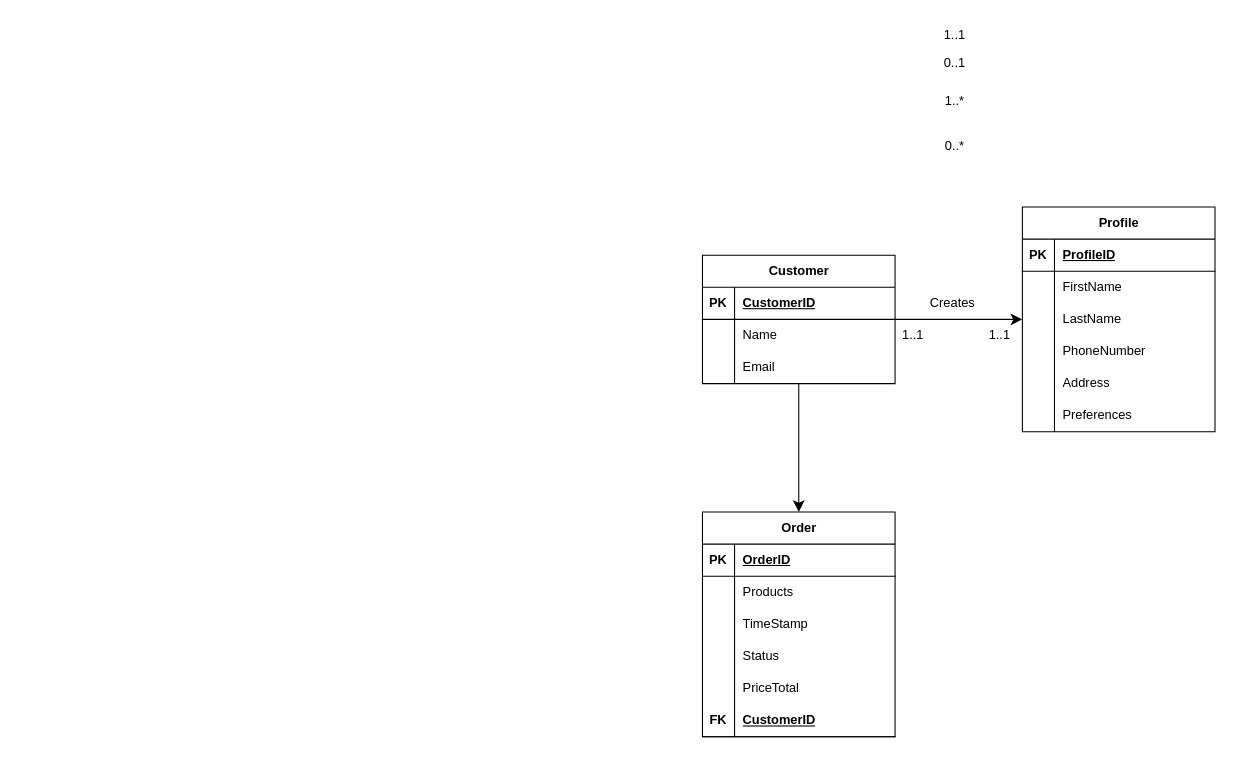
This is ABCRetail_ERD.drawio from ST10326104/ERDs, a draw.io file, before an edit. Source tidied: cells renumbered, new cells numbered last; positions are measured from the earlier drawing's top-left corner, leaving out a move shared by most shapes. Both pictures are drawn from the tidied source at 107%, with x=0, y=0 at pixel (702, 18).
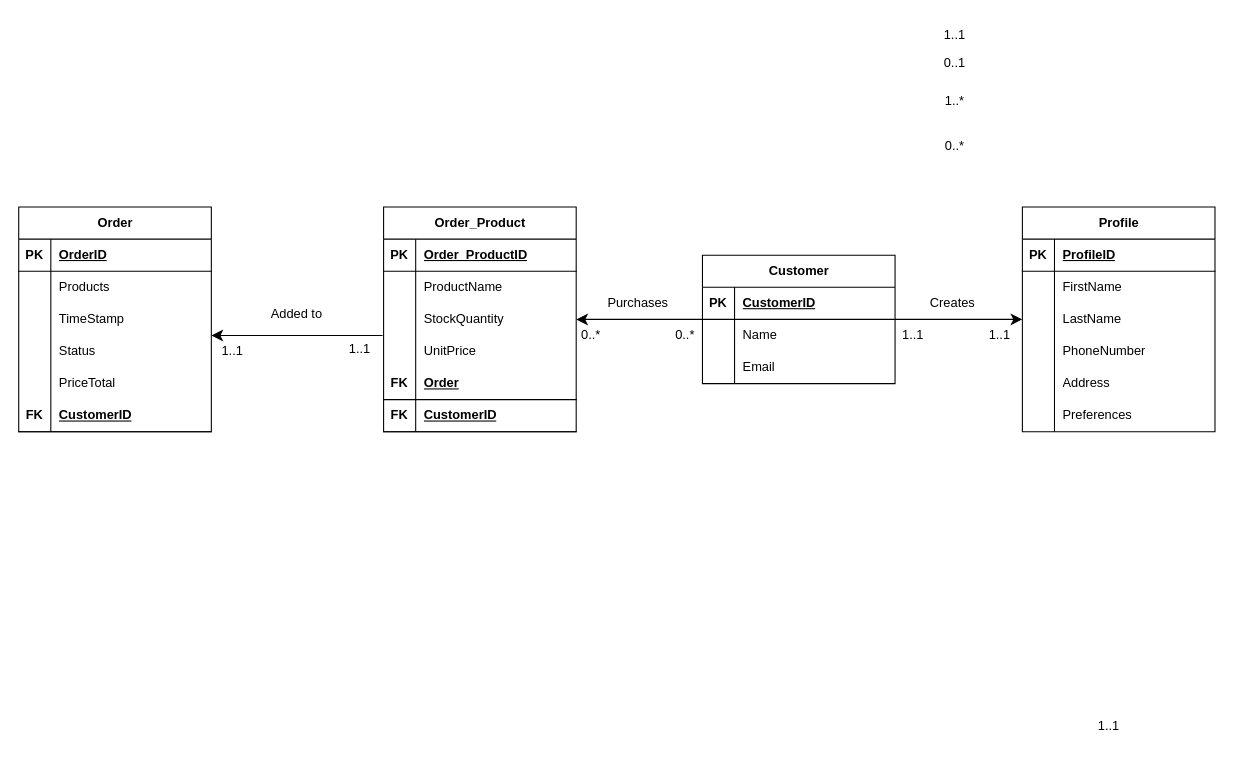
The same page after the edit.

The change refers to these unchanged cells:
```xml
<mxCell id="4" value="Customer" style="shape=table;startSize=30;childLayout=tableLayout;rowLines=0;fontStyle=1;align=center;html=1;" parent="1" vertex="1">
  <mxGeometry y="221" width="180" height="120" as="geometry" />
</mxCell>
```

What changed in the source:
```diff
@@
-    <mxCell id="3" style="edgeStyle=none;curved=1;rounded=0;jettySize=auto;html=1;fontSize=12;startSize=8;endSize=8;" parent="1" edge="1" source="4" target="40">
-      <mxGeometry relative="1" as="geometry" />
-    </mxCell>
+    <mxCell id="59" style="edgeStyle=none;curved=1;rounded=0;jettySize=auto;html=1;fontSize=12;startSize=8;endSize=8;" parent="1" edge="1" source="4" target="60">
+      <mxGeometry relative="1" as="geometry" />
+    </mxCell>
@@
     <mxCell id="40" value="Order" style="shape=table;startSize=30;childLayout=tableLayout;rowLines=0;fontStyle=1;align=center;html=1;" parent="1" vertex="1">
-      <mxGeometry y="461" width="180" height="210" as="geometry" />
+      <mxGeometry x="-639" y="176" width="180" height="210" as="geometry" />
     </mxCell>
@@
+    <mxCell id="60" value="Order_Product" style="shape=table;startSize=30;childLayout=tableLayout;rowLines=0;fontStyle=1;align=center;html=1;" parent="1" vertex="1">
+      <mxGeometry x="-298" y="176" width="180" height="210" as="geometry" />
+    </mxCell>
+    <mxCell id="61" style="shape=tableRow;horizontal=0;startSize=0;swimlaneHead=0;swimlaneBody=0;fillColor=none;top=0;left=0;right=0;bottom=1;" parent="60" vertex="1">
+      <mxGeometry y="30" width="180" height="30" as="geometry" />
+    </mxCell>
+    <mxCell id="62" value="PK" style="shape=partialRectangle;fillColor=none;top=0;left=0;bottom=0;right=0;fontStyle=1;overflow=hidden;whiteSpace=wrap;html=1;" parent="61" vertex="1">
+      <mxGeometry width="30" height="30" as="geometry" />
+    </mxCell>
+    <mxCell id="63" value="Order_ProductID" style="shape=partialRectangle;fillColor=none;top=0;left=0;bottom=0;right=0;align=left;spacingLeft=6;fontStyle=5;overflow=hidden;whiteSpace=wrap;html=1;" parent="61" vertex="1">
+      <mxGeometry x="30" width="150" height="30" as="geometry" />
+    </mxCell>
+    <mxCell id="64" style="shape=tableRow;horizontal=0;startSize=0;swimlaneHead=0;swimlaneBody=0;fillColor=none;top=0;left=0;right=0;bottom=0;" parent="60" vertex="1">
+      <mxGeometry y="60" width="180" height="30" as="geometry" />
+    </mxCell>
+    <mxCell id="65" style="shape=partialRectangle;fillColor=none;top=0;left=0;bottom=0;right=0;overflow=hidden;whiteSpace=wrap;html=1;" parent="64" vertex="1">
+      <mxGeometry width="30" height="30" as="geometry" />
+    </mxCell>
+    <mxCell id="66" value="ProductName" style="shape=partialRectangle;fillColor=none;top=0;left=0;bottom=0;right=0;align=left;spacingLeft=6;overflow=hidden;whiteSpace=wrap;html=1;" parent="64" vertex="1">
+      <mxGeometry x="30" width="150" height="30" as="geometry" />
+    </mxCell>
+    <mxCell id="67" style="shape=tableRow;horizontal=0;startSize=0;swimlaneHead=0;swimlaneBody=0;fillColor=none;top=0;left=0;right=0;bottom=0;" parent="60" vertex="1">
+      <mxGeometry y="90" width="180" height="30" as="geometry" />
+    </mxCell>
+    <mxCell id="68" style="shape=partialRectangle;fillColor=none;top=0;left=0;bottom=0;right=0;overflow=hidden;whiteSpace=wrap;html=1;" parent="67" vertex="1">
+      <mxGeometry width="30" height="30" as="geometry" />
+    </mxCell>
+    <mxCell id="69" value="StockQuantity" style="shape=partialRectangle;fillColor=none;top=0;left=0;bottom=0;right=0;align=left;spacingLeft=6;overflow=hidden;whiteSpace=wrap;html=1;" parent="67" vertex="1">
+      <mxGeometry x="30" width="150" height="30" as="geometry" />
+    </mxCell>
+    <mxCell id="70" style="shape=tableRow;horizontal=0;startSize=0;swimlaneHead=0;swimlaneBody=0;fillColor=none;top=0;left=0;right=0;bottom=0;" parent="60" vertex="1">
+      <mxGeometry y="120" width="180" height="30" as="geometry" />
+    </mxCell>
+    <mxCell id="71" style="shape=partialRectangle;fillColor=none;top=0;left=0;bottom=0;right=0;overflow=hidden;whiteSpace=wrap;html=1;" parent="70" vertex="1">
+      <mxGeometry width="30" height="30" as="geometry" />
+    </mxCell>
+    <mxCell id="72" value="UnitPrice" style="shape=partialRectangle;fillColor=none;top=0;left=0;bottom=0;right=0;align=left;spacingLeft=6;overflow=hidden;whiteSpace=wrap;html=1;" parent="70" vertex="1">
+      <mxGeometry x="30" width="150" height="30" as="geometry" />
+    </mxCell>
+    <mxCell id="73" style="shape=tableRow;horizontal=0;startSize=0;swimlaneHead=0;swimlaneBody=0;fillColor=none;top=0;left=0;right=0;bottom=1;" parent="60" vertex="1">
+      <mxGeometry y="150" width="180" height="30" as="geometry" />
+    </mxCell>
+    <mxCell id="74" value="FK" style="shape=partialRectangle;fillColor=none;top=0;left=0;bottom=0;right=0;fontStyle=1;overflow=hidden;whiteSpace=wrap;html=1;" parent="73" vertex="1">
+      <mxGeometry width="30" height="30" as="geometry" />
+    </mxCell>
+    <mxCell id="75" value="Order" style="shape=partialRectangle;fillColor=none;top=0;left=0;bottom=0;right=0;align=left;spacingLeft=6;fontStyle=5;overflow=hidden;whiteSpace=wrap;html=1;" parent="73" vertex="1">
+      <mxGeometry x="30" width="150" height="30" as="geometry" />
+    </mxCell>
+    <mxCell id="76" style="shape=tableRow;horizontal=0;startSize=0;swimlaneHead=0;swimlaneBody=0;fillColor=none;top=0;left=0;right=0;bottom=1;" parent="60" vertex="1">
+      <mxGeometry y="180" width="180" height="30" as="geometry" />
+    </mxCell>
+    <mxCell id="77" value="FK" style="shape=partialRectangle;fillColor=none;top=0;left=0;bottom=0;right=0;fontStyle=1;overflow=hidden;whiteSpace=wrap;html=1;" parent="76" vertex="1">
+      <mxGeometry width="30" height="30" as="geometry" />
+    </mxCell>
+    <mxCell id="78" value="CustomerID" style="shape=partialRectangle;fillColor=none;top=0;left=0;bottom=0;right=0;align=left;spacingLeft=6;fontStyle=5;overflow=hidden;whiteSpace=wrap;html=1;" parent="76" vertex="1">
+      <mxGeometry x="30" width="150" height="30" as="geometry" />
+    </mxCell>
+    <mxCell id="79" value="Added to" style="text;html=1;align=center;verticalAlign=middle;whiteSpace=wrap;rounded=0;" parent="1" vertex="1">
+      <mxGeometry x="-409" y="261" width="60" height="30" as="geometry" />
+    </mxCell>
+    <mxCell id="80" value="1..1" style="text;html=1;align=center;verticalAlign=middle;whiteSpace=wrap;rounded=0;" parent="1" vertex="1">
+      <mxGeometry x="-469" y="296" width="60" height="30" as="geometry" />
+    </mxCell>
+    <mxCell id="81" value="1..1" style="text;html=1;align=center;verticalAlign=middle;whiteSpace=wrap;rounded=0;" parent="1" vertex="1">
+      <mxGeometry x="350" y="646" width="60" height="30" as="geometry" />
+    </mxCell>
+    <mxCell id="82" value="Purchases" style="text;html=1;align=center;verticalAlign=middle;whiteSpace=wrap;rounded=0;" parent="1" vertex="1">
+      <mxGeometry x="-90" y="251" width="60" height="30" as="geometry" />
+    </mxCell>
+    <mxCell id="83" value="0..*" style="text;html=1;align=center;verticalAlign=middle;whiteSpace=wrap;rounded=0;" parent="1" vertex="1">
+      <mxGeometry x="-134" y="281" width="60" height="30" as="geometry" />
+    </mxCell>
+    <mxCell id="84" value="0..*" style="text;html=1;align=center;verticalAlign=middle;whiteSpace=wrap;rounded=0;" parent="1" vertex="1">
+      <mxGeometry x="-46" y="281" width="60" height="30" as="geometry" />
+    </mxCell>
+    <mxCell id="85" style="edgeStyle=none;curved=1;rounded=0;orthogonalLoop=1;jettySize=auto;html=1;exitX=0;exitY=0.5;exitDx=0;exitDy=0;fontSize=12;startSize=8;endSize=8;" parent="1" edge="1">
+      <mxGeometry relative="1" as="geometry">
+        <mxPoint x="-299" y="296" as="sourcePoint" />
+        <mxPoint x="-459" y="296" as="targetPoint" />
+      </mxGeometry>
+    </mxCell>
+    <mxCell id="86" value="1..1" style="text;html=1;align=center;verticalAlign=middle;whiteSpace=wrap;rounded=0;" parent="1" vertex="1">
+      <mxGeometry x="-350" y="294" width="60" height="30" as="geometry" />
+    </mxCell>
```
